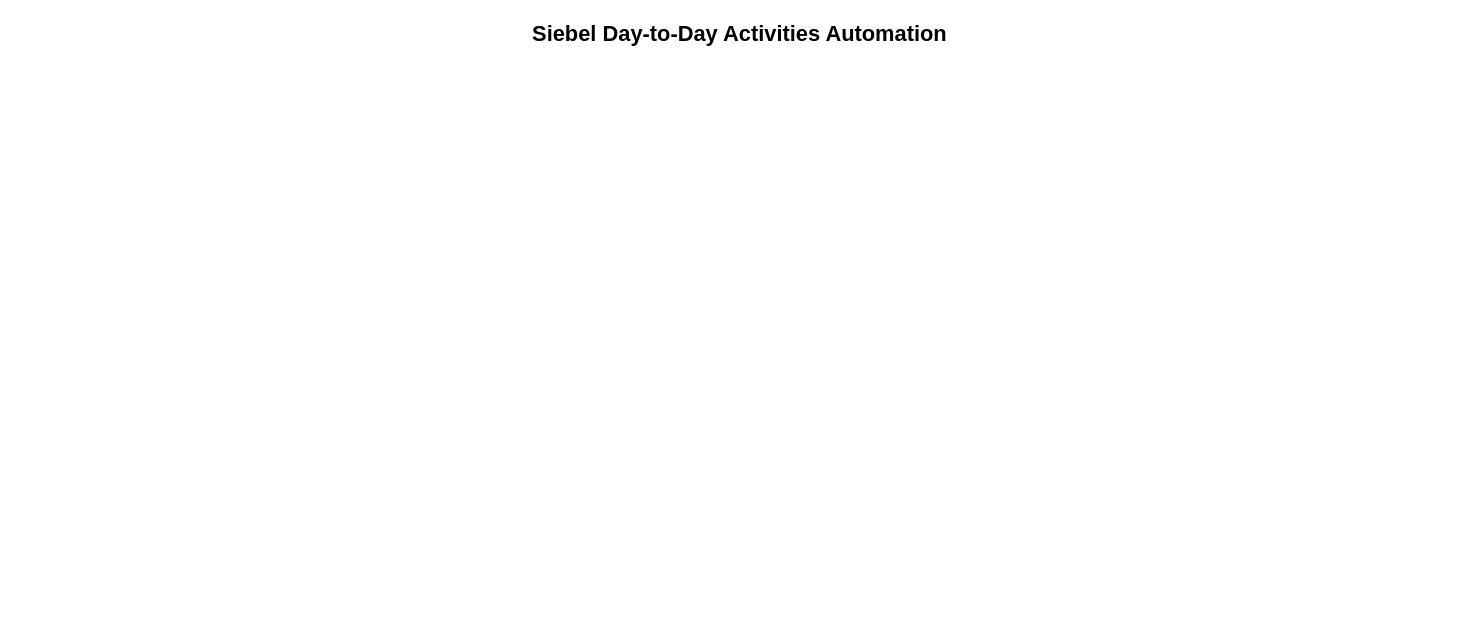
Earlier version of the draw.io diagram Siebel_D2D_work_Automation.drawio (vishnu3vardhan1996/POC_Work). Source tidied: cells renumbered, new cells numbered last; positions are measured from the earlier drawing's top-left corner, leaving out a move shared by most shapes. Both pictures are drawn from the tidied source at 91%, with x=0, y=0 at pixel (15, 15).
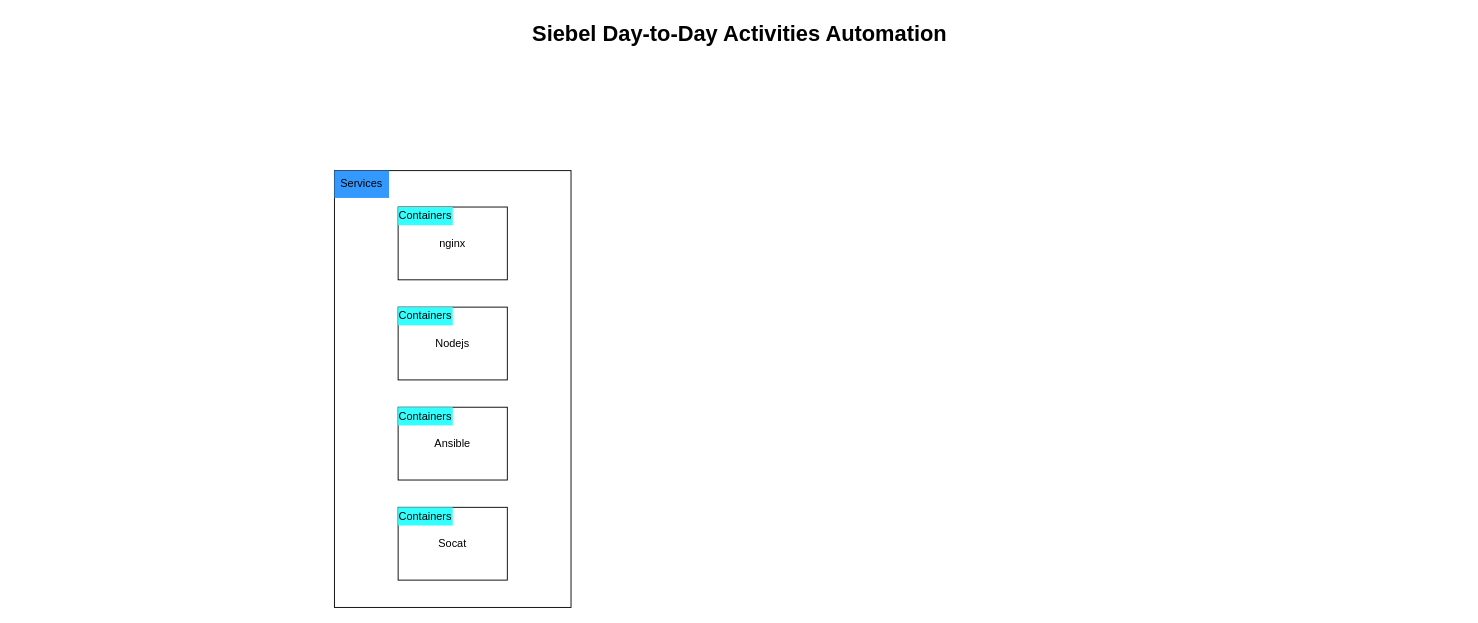
Above is the later version.

What changed in the source:
```diff
@@
 <mxGraphModel>
   <root>
     <mxCell id="0" />
     <mxCell id="1" parent="0" />
     <mxCell id="2" value="Siebel Day-to-Day Activities Automation" style="text;strokeColor=none;fillColor=none;html=1;fontSize=24;fontStyle=1;verticalAlign=middle;align=center;" parent="1" vertex="1">
       <mxGeometry width="1590" height="40" as="geometry" />
     </mxCell>
+    <mxCell id="3" style="rounded=0;whiteSpace=wrap;html=1;" parent="1" vertex="1">
+      <mxGeometry x="350" y="170" width="260" height="480" as="geometry" />
+    </mxCell>
+    <mxCell id="4" value="nginx" style="rounded=0;whiteSpace=wrap;html=1;" parent="1" vertex="1">
+      <mxGeometry x="420" y="210" width="120" height="80" as="geometry" />
+    </mxCell>
+    <mxCell id="5" value="Services" style="text;html=1;align=center;verticalAlign=middle;whiteSpace=wrap;rounded=0;fillColor=#3399FF;" parent="1" vertex="1">
+      <mxGeometry x="350" y="170" width="60" height="30" as="geometry" />
+    </mxCell>
+    <mxCell id="6" value="Containers" style="text;html=1;align=center;verticalAlign=middle;whiteSpace=wrap;rounded=0;fillColor=#33FFFF;" parent="1" vertex="1">
+      <mxGeometry x="420" y="210" width="60" height="20" as="geometry" />
+    </mxCell>
+    <mxCell id="7" value="Nodejs" style="rounded=0;whiteSpace=wrap;html=1;" parent="1" vertex="1">
+      <mxGeometry x="420" y="320" width="120" height="80" as="geometry" />
+    </mxCell>
+    <mxCell id="8" value="Containers" style="text;html=1;align=center;verticalAlign=middle;whiteSpace=wrap;rounded=0;fillColor=#33FFFF;" parent="1" vertex="1">
+      <mxGeometry x="420" y="320" width="60" height="20" as="geometry" />
+    </mxCell>
+    <mxCell id="9" value="Ansible" style="rounded=0;whiteSpace=wrap;html=1;" parent="1" vertex="1">
+      <mxGeometry x="420" y="430" width="120" height="80" as="geometry" />
+    </mxCell>
+    <mxCell id="10" value="Containers" style="text;html=1;align=center;verticalAlign=middle;whiteSpace=wrap;rounded=0;fillColor=#33FFFF;" parent="1" vertex="1">
+      <mxGeometry x="420" y="430" width="60" height="20" as="geometry" />
+    </mxCell>
+    <mxCell id="11" value="Socat" style="rounded=0;whiteSpace=wrap;html=1;" parent="1" vertex="1">
+      <mxGeometry x="420" y="540" width="120" height="80" as="geometry" />
+    </mxCell>
+    <mxCell id="12" value="Containers" style="text;html=1;align=center;verticalAlign=middle;whiteSpace=wrap;rounded=0;fillColor=#33FFFF;" parent="1" vertex="1">
+      <mxGeometry x="420" y="540" width="60" height="20" as="geometry" />
+    </mxCell>
   </root>
 </mxGraphModel>
```
